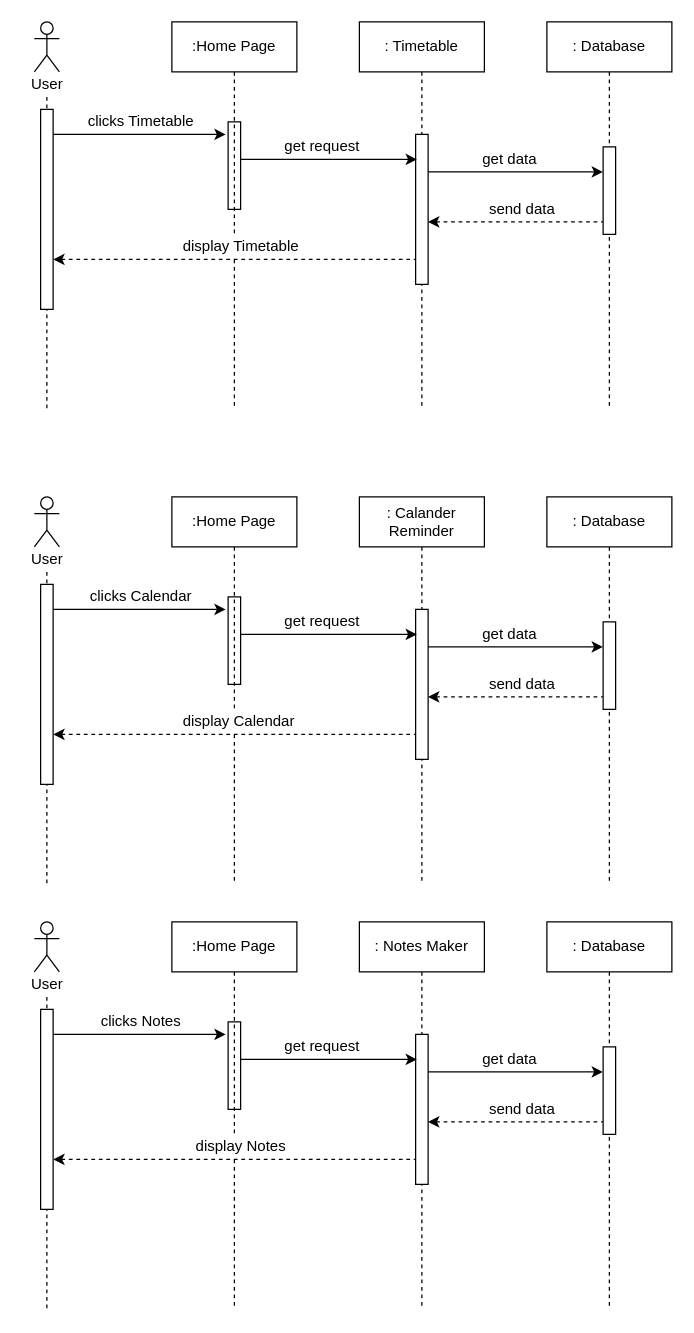
Before: ViewTT(seq).drawio in FaizAnuar/ashisu, a draw.io diagram. Source tidied: cells renumbered, new cells numbered last; positions are measured from the earlier drawing's top-left corner, leaving out a move shared by most shapes. Both pictures are drawn from the tidied source at 125%, with x=0, y=0 at pixel (21, 21).
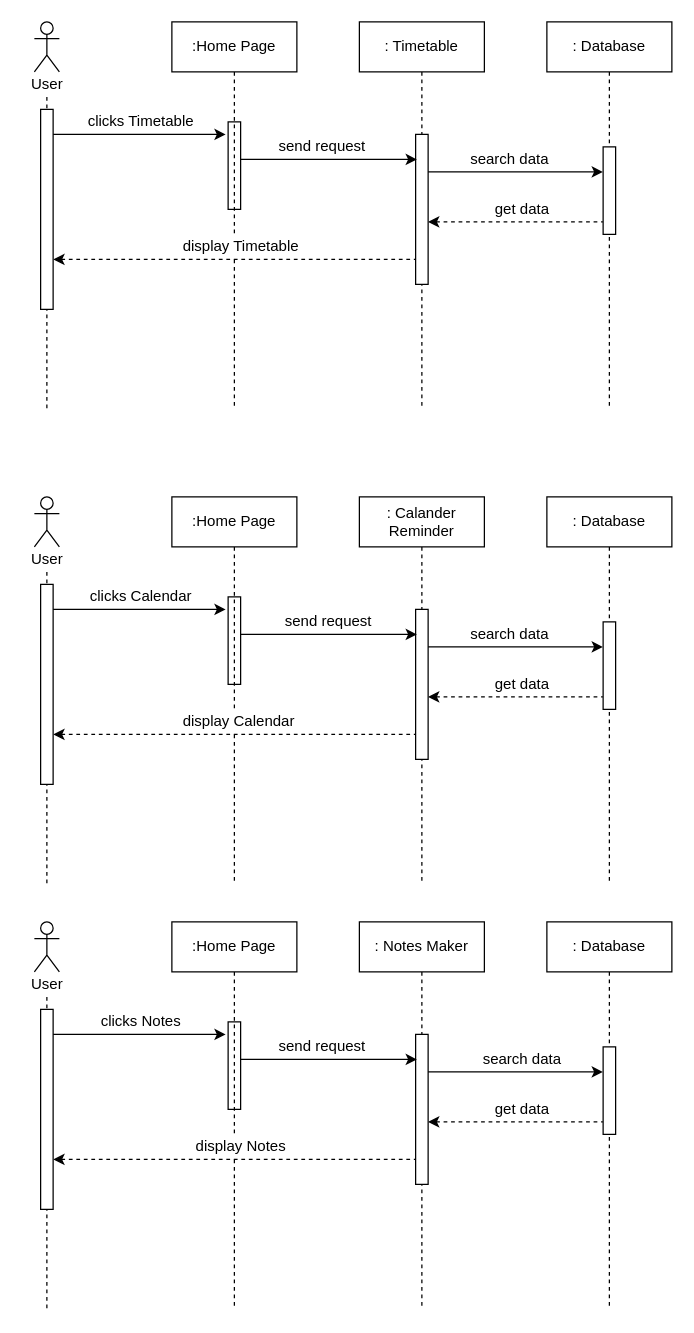
After the change.

The edit, as a diff of the source:
```diff
@@
-    <mxCell id="18" value="get request" style="text;html=1;align=center;verticalAlign=middle;strokeColor=none;" parent="1" vertex="1">
-      <mxGeometry x="200" y="90" width="80" height="20" as="geometry" />
+    <mxCell id="18" value="send request" style="text;html=1;align=center;verticalAlign=middle;strokeColor=none;" parent="1" vertex="1">
+      <mxGeometry x="195" y="90" width="90" height="20" as="geometry" />
     </mxCell>
@@
-    <mxCell id="22" value="get data" style="text;html=1;align=center;verticalAlign=middle;strokeColor=none;" parent="1" vertex="1">
-      <mxGeometry x="360" y="100" width="60" height="20" as="geometry" />
+    <mxCell id="22" value="search data" style="text;html=1;align=center;verticalAlign=middle;strokeColor=none;" parent="1" vertex="1">
+      <mxGeometry x="350" y="100" width="80" height="20" as="geometry" />
     </mxCell>
-    <mxCell id="23" value="send data" style="text;html=1;align=center;verticalAlign=middle;strokeColor=none;" parent="1" vertex="1">
-      <mxGeometry x="365" y="140" width="70" height="20" as="geometry" />
+    <mxCell id="23" value="get data" style="text;html=1;align=center;verticalAlign=middle;strokeColor=none;" parent="1" vertex="1">
+      <mxGeometry x="370" y="140" width="60" height="20" as="geometry" />
     </mxCell>
@@
-    <mxCell id="42" value="get request" style="text;html=1;align=center;verticalAlign=middle;strokeColor=none;" parent="1" vertex="1">
-      <mxGeometry x="200" y="470" width="80" height="20" as="geometry" />
-    </mxCell>
@@
-    <mxCell id="46" value="get data" style="text;html=1;align=center;verticalAlign=middle;strokeColor=none;" parent="1" vertex="1">
-      <mxGeometry x="360" y="480" width="60" height="20" as="geometry" />
-    </mxCell>
-    <mxCell id="47" value="send data" style="text;html=1;align=center;verticalAlign=middle;strokeColor=none;" parent="1" vertex="1">
-      <mxGeometry x="365" y="520" width="70" height="20" as="geometry" />
+    <mxCell id="47" value="get data" style="text;html=1;align=center;verticalAlign=middle;strokeColor=none;" parent="1" vertex="1">
+      <mxGeometry x="370" y="520" width="60" height="20" as="geometry" />
     </mxCell>
@@
-    <mxCell id="66" value="get request" style="text;html=1;align=center;verticalAlign=middle;strokeColor=none;" parent="1" vertex="1">
-      <mxGeometry x="200" y="810" width="80" height="20" as="geometry" />
-    </mxCell>
@@
-    <mxCell id="70" value="get data" style="text;html=1;align=center;verticalAlign=middle;strokeColor=none;" parent="1" vertex="1">
-      <mxGeometry x="360" y="820" width="60" height="20" as="geometry" />
-    </mxCell>
-    <mxCell id="71" value="send data" style="text;html=1;align=center;verticalAlign=middle;strokeColor=none;" parent="1" vertex="1">
-      <mxGeometry x="365" y="860" width="70" height="20" as="geometry" />
-    </mxCell>
@@
+    <mxCell id="74" value="send request" style="text;html=1;align=center;verticalAlign=middle;strokeColor=none;" parent="1" vertex="1">
+      <mxGeometry x="200" y="470" width="90" height="20" as="geometry" />
+    </mxCell>
+    <mxCell id="75" value="search data" style="text;html=1;align=center;verticalAlign=middle;strokeColor=none;" parent="1" vertex="1">
+      <mxGeometry x="350" y="480" width="80" height="20" as="geometry" />
+    </mxCell>
+    <mxCell id="76" value="send request" style="text;html=1;align=center;verticalAlign=middle;strokeColor=none;" parent="1" vertex="1">
+      <mxGeometry x="195" y="810" width="90" height="20" as="geometry" />
+    </mxCell>
+    <mxCell id="77" value="search data" style="text;html=1;align=center;verticalAlign=middle;strokeColor=none;" parent="1" vertex="1">
+      <mxGeometry x="360" y="820" width="80" height="20" as="geometry" />
+    </mxCell>
+    <mxCell id="78" value="get data" style="text;html=1;align=center;verticalAlign=middle;strokeColor=none;" parent="1" vertex="1">
+      <mxGeometry x="370" y="860" width="60" height="20" as="geometry" />
+    </mxCell>
```
